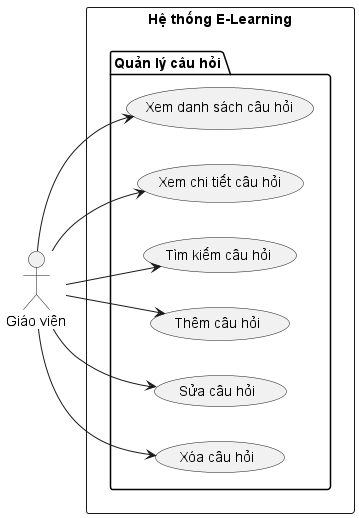
Above: out/usecase/quản lý câu hỏi/quản lý câu hỏi.png in Faythpromax/E-Learning (PlantUML), before the change. Its diagram source:
```plantuml
@startuml quản lý câu hỏi
left to right direction

actor "Giáo viên" as Teacher

rectangle "Hệ thống E-Learning" {

    package "Quản lý câu hỏi" {

        (Xem danh sách câu hỏi) as ViewQ
        (Xem chi tiết câu hỏi) as DetailQ
        (Tìm kiếm câu hỏi) as SearchQ

        (Thêm câu hỏi) as CreateQ
        (Sửa câu hỏi) as UpdateQ
        (Xóa câu hỏi) as DeleteQ
    }
}

Teacher --> ViewQ
Teacher --> DetailQ
Teacher --> SearchQ
Teacher --> CreateQ
Teacher --> UpdateQ
Teacher --> DeleteQ

@enduml
```
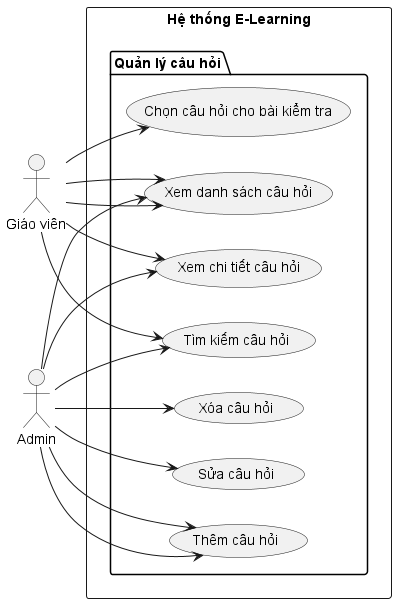
Later version of the same file.

What changed in the source:
```diff
@@ -2,6 +2,7 @@
 left to right direction
 
 actor "Giáo viên" as Teacher
+actor "Admin" as Admin
 
 rectangle "Hệ thống E-Learning" {
 
@@ -10,6 +11,7 @@
         (Xem danh sách câu hỏi) as ViewQ
         (Xem chi tiết câu hỏi) as DetailQ
         (Tìm kiếm câu hỏi) as SearchQ
+        (Chọn câu hỏi cho bài kiểm tra) as SelectQ
 
         (Thêm câu hỏi) as CreateQ
         (Sửa câu hỏi) as UpdateQ
@@ -20,8 +22,15 @@
 Teacher --> ViewQ
 Teacher --> DetailQ
 Teacher --> SearchQ
-Teacher --> CreateQ
-Teacher --> UpdateQ
-Teacher --> DeleteQ
+Teacher --> SelectQ
+
+Admin --> ViewQ
+Admin --> DetailQ
+Admin --> SearchQ
+Admin --> CreateQ
+Admin --> UpdateQ
+Admin --> DeleteQ
+Teacher -left-> ViewQ
+Admin -right-> CreateQ
 
 @enduml
```
